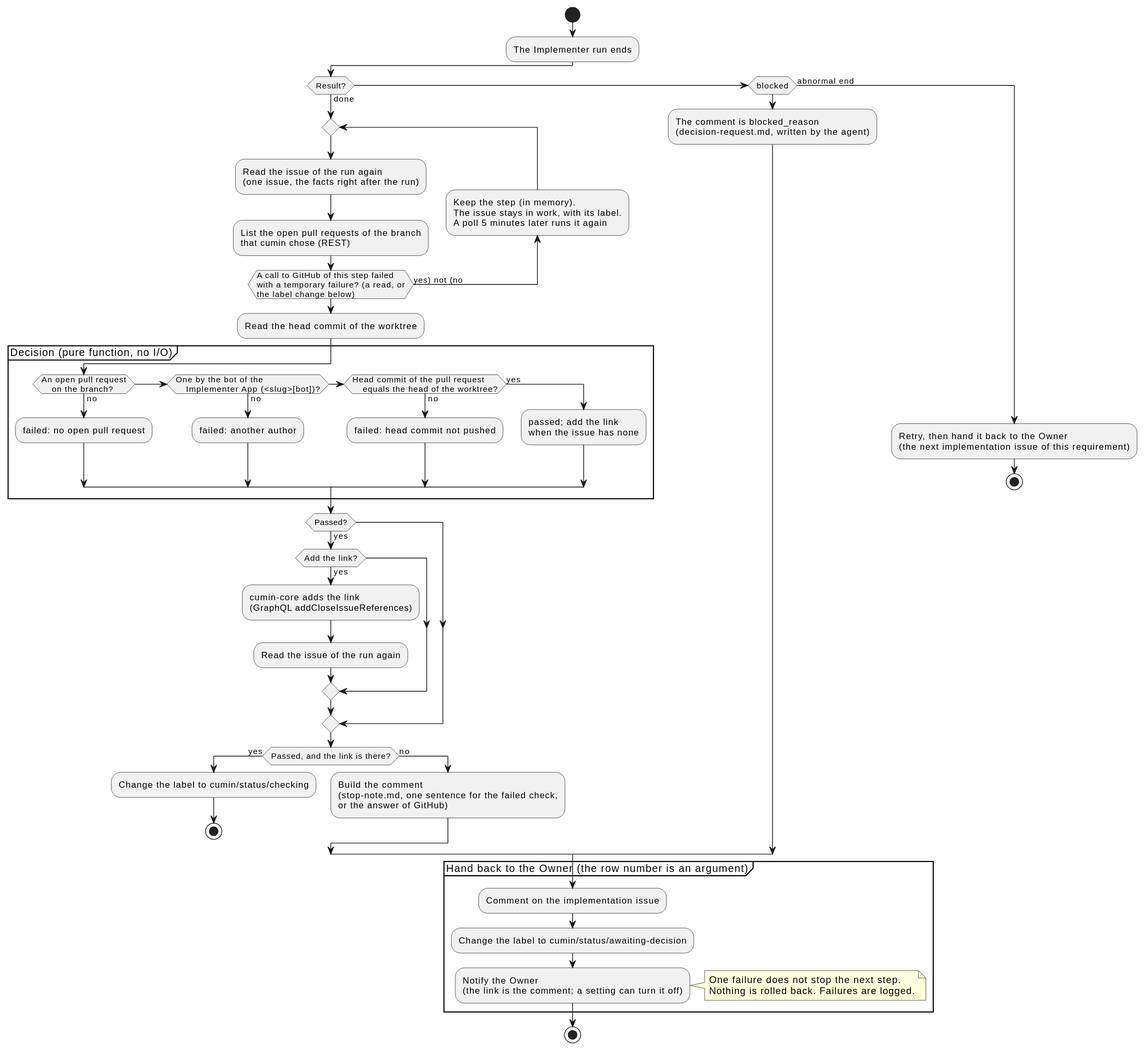
Before: docs/ja/designs/poll-verify.svg, a diagram exported from PlantUML (cloveclovedev/cumin-works). The source it was exported from:
```plantuml
@startuml
skinparam shadowing false
skinparam defaultFontName sans-serif

start
:The Implementer run ends;
if (Result?) then (done)
  repeat
    :Read the issue of the run again
    (one issue, the facts right after the run);
    :List the open pull requests of the branch
    that cumin chose (REST);
    backward :Keep the step (in memory).
    The issue stays in work, with its label.
    A poll 5 minutes later runs it again;
  repeat while (A call to GitHub of this step failed
  with a temporary failure? (a read, or
  the label change below)) is (yes) not (no)
  :Read the head commit of the worktree;
  partition "Decision (pure function, no I/O)" {
    if (An open pull request
    on the branch?) then (no)
      :failed: no open pull request;
    elseif (One by the bot of the
    Implementer App (<slug>[bot])?) then (no)
      :failed: another author;
    elseif (Head commit of the pull request
    equals the head of the worktree?) then (no)
      :failed: head commit not pushed;
    else (yes)
      :passed; add the link
      when the issue has none;
    endif
  }
  if (Passed?) then (yes)
    if (Add the link?) then (yes)
      :cumin-core adds the link
      (GraphQL addCloseIssueReferences);
      :Read the issue of the run again;
    endif
  endif
  if (Passed, and the link is there?) then (yes)
    :Change the label to cumin/status/checking;
    stop
  else (no)
    :Build the comment
    (stop-note.md, one sentence for the failed check,
    or the answer of GitHub);
  endif
elseif (blocked) then
  :The comment is blocked_reason
  (decision-request.md, written by the agent);
else (abnormal end)
  :Retry, then hand it back to the Owner
  (the next implementation issue of this requirement);
  stop
endif

partition "Hand back to the Owner (the row number is an argument)" {
  :Comment on the implementation issue;
  :Change the label to cumin/status/awaiting-decision;
  :Notify the Owner
  (the link is the comment; a setting can turn it off);
}
note right
  One failure does not stop the next step.
  Nothing is rolled back. Failures are logged.
end note
stop
@enduml
```
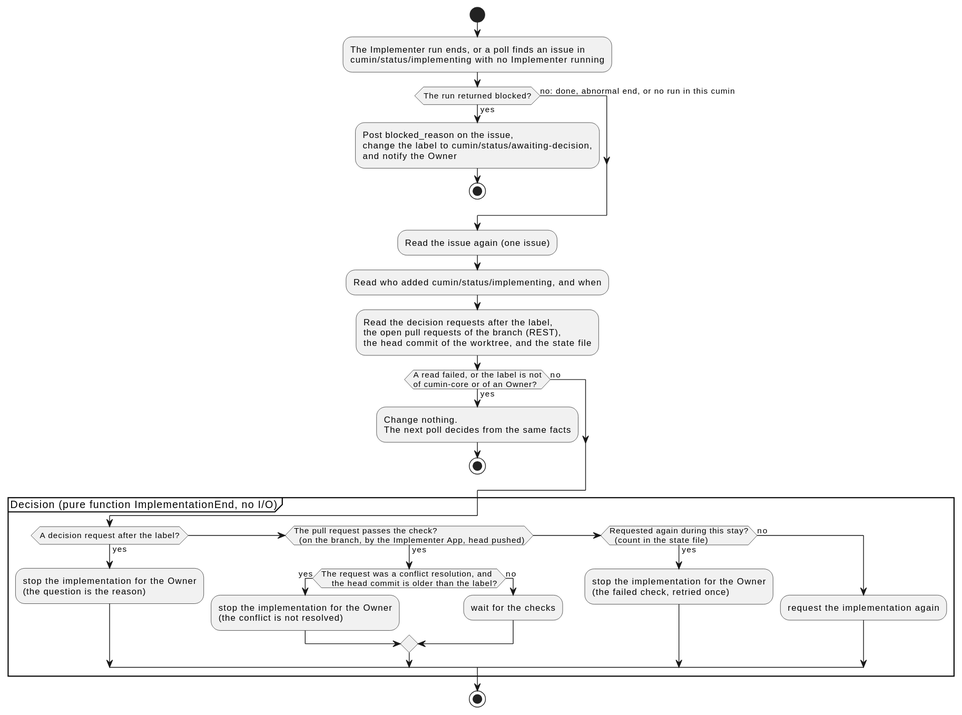
After the change.

Diff of the diagram source:
```diff
@@ -3,68 +3,57 @@
 skinparam defaultFontName sans-serif
 
 start
-:The Implementer run ends;
-if (Result?) then (done)
-  repeat
-    :Read the issue of the run again
-    (one issue, the facts right after the run);
-    :List the open pull requests of the branch
-    that cumin chose (REST);
-    backward :Keep the step (in memory).
-    The issue stays in work, with its label.
-    A poll 5 minutes later runs it again;
-  repeat while (A call to GitHub of this step failed
-  with a temporary failure? (a read, or
-  the label change below)) is (yes) not (no)
-  :Read the head commit of the worktree;
-  partition "Decision (pure function, no I/O)" {
-    if (An open pull request
-    on the branch?) then (no)
-      :failed: no open pull request;
-    elseif (One by the bot of the
-    Implementer App (<slug>[bot])?) then (no)
-      :failed: another author;
-    elseif (Head commit of the pull request
-    equals the head of the worktree?) then (no)
-      :failed: head commit not pushed;
-    else (yes)
-      :passed; add the link
-      when the issue has none;
+:The Implementer run ends, or a poll finds an issue in
+cumin/status/implementing with no Implementer running;
+if (The run returned blocked?) then (yes)
+  :Post blocked_reason on the issue,
+  change the label to cumin/status/awaiting-decision,
+  and notify the Owner;
+  stop
+else (no: done, abnormal end, or no run in this cumin)
+endif
+:Read the issue again (one issue);
+:Read who added cumin/status/implementing, and when;
+:Read the decision requests after the label,
+the open pull requests of the branch (REST),
+the head commit of the worktree, and the state file;
+if (A read failed, or the label is not
+of cumin-core or of an Owner?) then (yes)
+  :Change nothing.
+  The next poll decides from the same facts;
+  stop
+else (no)
+endif
+partition "Decision (pure function ImplementationEnd, no I/O)" {
+  if (A decision request after the label?) then (yes)
+    :stop the implementation for the Owner
+    (the question is the reason);
+  elseif (The pull request passes the check?
+  (on the branch, by the Implementer App, head pushed)) then (yes)
+    if (The request was a conflict resolution, and
+    the head commit is older than the label?) then (yes)
+      :stop the implementation for the Owner
+      (the conflict is not resolved);
+    else (no)
+      :wait for the checks;
     endif
-  }
-  if (Passed?) then (yes)
-    if (Add the link?) then (yes)
-      :cumin-core adds the link
-      (GraphQL addCloseIssueReferences);
-      :Read the issue of the run again;
-    endif
+  elseif (Requested again during this stay?
+  (count in the state file)) then (yes)
+    :stop the implementation for the Owner
+    (the failed check, retried once);
+  else (no)
+    :request the implementation again;
   endif
-  if (Passed, and the link is there?) then (yes)
-    :Change the label to cumin/status/checking;
-    stop
-  else (no)
-    :Build the comment
-    (stop-note.md, one sentence for the failed check,
-    or the answer of GitHub);
-  endif
-elseif (blocked) then
-  :The comment is blocked_reason
-  (decision-request.md, written by the agent);
-else (abnormal end)
-  :Retry, then hand it back to the Owner
-  (the next implementation issue of this requirement);
-  stop
-endif
-
-partition "Hand back to the Owner (the row number is an argument)" {
-  :Comment on the implementation issue;
-  :Change the label to cumin/status/awaiting-decision;
-  :Notify the Owner
-  (the link is the comment; a setting can turn it off);
 }
 note right
-  One failure does not stop the next step.
-  Nothing is rolled back. Failures are logged.
+  wait for the checks: cumin-core adds the closing link
+  when it is missing, then cumin/status/checking.
+  stop: the label changes to cumin/status/awaiting-decision
+  first, then the comment (not for a question), then the
+  notification.
+  request again: the quota decides, the count rises, and the
+  Implementer runs in the kept session. Its end comes back
+  to the top of this diagram.
 end note
 stop
 @enduml
```
